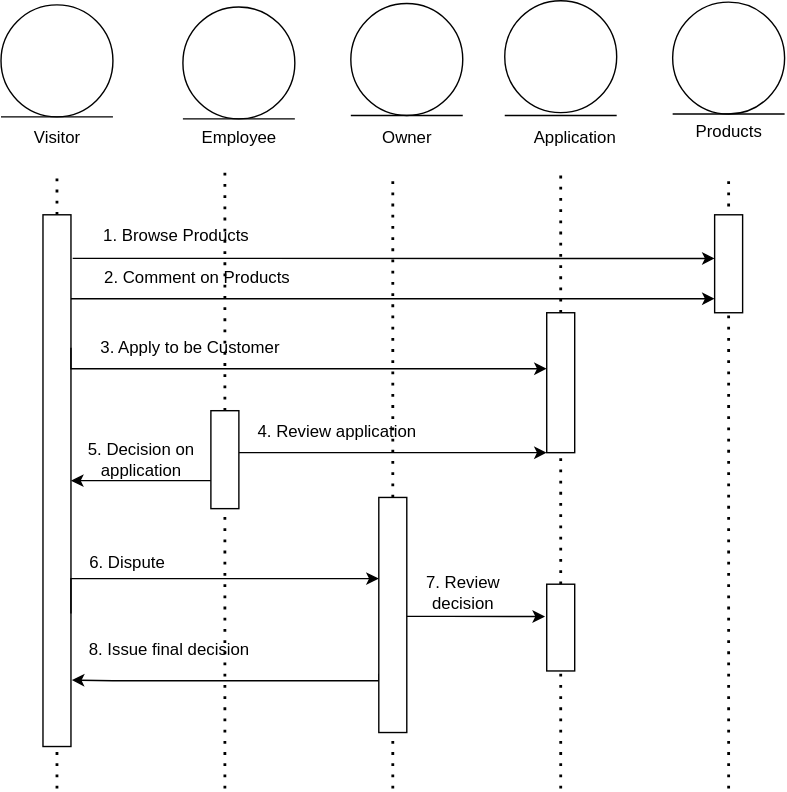
Before: Diagrams/Report-2/SVG/Visitor-seq.drawio.svg, a diagram exported from draw.io (lyloster/csc322-webstore). Source tidied: cells renumbered, new cells last; positions are measured from the earlier drawing's top-left corner, leaving out a move shared by most shapes. The source it was exported from:
```xml
<mxGraphModel>
  <root>
    <mxCell id="0" />
    <mxCell id="1" parent="0" />
    <mxCell id="2" style="endArrow=none;dashed=1;html=1;dashPattern=1 3;strokeWidth=2;rounded=0;" parent="1" edge="1" source="8">
      <mxGeometry relative="1" as="geometry">
        <mxPoint x="40" y="123" as="targetPoint" />
      </mxGeometry>
    </mxCell>
    <mxCell id="3" style="endArrow=none;dashed=1;html=1;dashPattern=1 3;strokeWidth=2;rounded=0;" parent="1" edge="1" source="36">
      <mxGeometry relative="1" as="geometry">
        <mxPoint x="160" y="123" as="targetPoint" />
      </mxGeometry>
    </mxCell>
    <mxCell id="4" style="endArrow=none;dashed=1;html=1;dashPattern=1 3;strokeWidth=2;rounded=0;" parent="1" edge="1" source="43">
      <mxGeometry relative="1" as="geometry">
        <mxPoint x="280" y="123" as="targetPoint" />
      </mxGeometry>
    </mxCell>
    <mxCell id="5" style="endArrow=none;dashed=1;html=1;dashPattern=1 3;strokeWidth=2;rounded=0;" parent="1" edge="1" source="31">
      <mxGeometry relative="1" as="geometry">
        <mxPoint x="400" y="123" as="targetPoint" />
      </mxGeometry>
    </mxCell>
    <mxCell id="6" style="endArrow=none;dashed=1;html=1;dashPattern=1 3;strokeWidth=2;rounded=0;" parent="1" edge="1">
      <mxGeometry relative="1" as="geometry">
        <mxPoint x="520" y="563" as="sourcePoint" />
        <mxPoint x="520" y="123" as="targetPoint" />
      </mxGeometry>
    </mxCell>
    <mxCell id="7" style="endArrow=none;dashed=1;html=1;dashPattern=1 3;strokeWidth=2;rounded=0;" parent="1" edge="1" target="8">
      <mxGeometry relative="1" as="geometry">
        <mxPoint x="40" y="563" as="sourcePoint" />
      </mxGeometry>
    </mxCell>
    <mxCell id="8" style="rounded=0;whiteSpace=wrap;html=1;direction=south;" parent="1" vertex="1">
      <mxGeometry x="30" y="153" width="20" height="380" as="geometry" />
    </mxCell>
    <mxCell id="9" style="ellipse;whiteSpace=wrap;html=1;" parent="1" vertex="1">
      <mxGeometry y="3" width="80" height="80" as="geometry" />
    </mxCell>
    <mxCell id="10" style="endArrow=none;html=1;rounded=0;" parent="1" edge="1">
      <mxGeometry relative="1" as="geometry">
        <mxPoint y="83" as="sourcePoint" />
        <mxPoint x="80" y="83" as="targetPoint" />
      </mxGeometry>
    </mxCell>
    <mxCell id="11" value="Visitor" style="text;html=1;align=center;verticalAlign=middle;strokeColor=none;fillColor=none;" parent="1" vertex="1">
      <mxGeometry x="10" y="83" width="60" height="30" as="geometry" />
    </mxCell>
    <mxCell id="12" style="ellipse;whiteSpace=wrap;html=1;" parent="1" vertex="1">
      <mxGeometry x="250" y="2" width="80" height="80" as="geometry" />
    </mxCell>
    <mxCell id="13" style="endArrow=none;html=1;rounded=0;" parent="1" edge="1">
      <mxGeometry relative="1" as="geometry">
        <mxPoint x="250" y="82" as="sourcePoint" />
        <mxPoint x="330" y="82" as="targetPoint" />
      </mxGeometry>
    </mxCell>
    <mxCell id="14" value="Owner" style="text;html=1;align=center;verticalAlign=middle;strokeColor=none;fillColor=none;" parent="1" vertex="1">
      <mxGeometry x="260" y="83" width="60" height="30" as="geometry" />
    </mxCell>
    <mxCell id="15" style="ellipse;whiteSpace=wrap;html=1;" parent="1" vertex="1">
      <mxGeometry x="480" y="1" width="80" height="80" as="geometry" />
    </mxCell>
    <mxCell id="16" style="endArrow=none;html=1;rounded=0;" parent="1" edge="1">
      <mxGeometry relative="1" as="geometry">
        <mxPoint x="480" y="81" as="sourcePoint" />
        <mxPoint x="560" y="81" as="targetPoint" />
      </mxGeometry>
    </mxCell>
    <mxCell id="17" value="Products" style="text;html=1;align=center;verticalAlign=middle;strokeColor=none;fillColor=none;" parent="1" vertex="1">
      <mxGeometry x="485" y="79" width="70" height="30" as="geometry" />
    </mxCell>
    <mxCell id="18" style="ellipse;whiteSpace=wrap;html=1;" parent="1" vertex="1">
      <mxGeometry x="130" y="4.5" width="80" height="80" as="geometry" />
    </mxCell>
    <mxCell id="19" style="endArrow=none;html=1;rounded=0;" parent="1" edge="1">
      <mxGeometry relative="1" as="geometry">
        <mxPoint x="130" y="84.5" as="sourcePoint" />
        <mxPoint x="210" y="84.5" as="targetPoint" />
      </mxGeometry>
    </mxCell>
    <mxCell id="20" value="Employee" style="text;html=1;align=center;verticalAlign=middle;strokeColor=none;fillColor=none;" parent="1" vertex="1">
      <mxGeometry x="130" y="83" width="80" height="30" as="geometry" />
    </mxCell>
    <mxCell id="21" style="edgeStyle=orthogonalEdgeStyle;rounded=0;jettySize=auto;html=1;exitX=0.082;exitY=-0.063;exitDx=0;exitDy=0;exitPerimeter=0;" parent="1" edge="1" source="8" target="23">
      <mxGeometry relative="1" as="geometry">
        <Array as="points">
          <mxPoint x="390" y="184" />
          <mxPoint x="390" y="184" />
        </Array>
      </mxGeometry>
    </mxCell>
    <mxCell id="22" style="edgeStyle=orthogonalEdgeStyle;rounded=0;jettySize=auto;html=1;exitX=0.158;exitY=0;exitDx=0;exitDy=0;exitPerimeter=0;" parent="1" edge="1" source="8" target="23">
      <mxGeometry relative="1" as="geometry">
        <Array as="points">
          <mxPoint x="330" y="213" />
          <mxPoint x="330" y="213" />
        </Array>
      </mxGeometry>
    </mxCell>
    <mxCell id="23" style="rounded=0;whiteSpace=wrap;html=1;direction=south;" parent="1" vertex="1">
      <mxGeometry x="510" y="153" width="20" height="70" as="geometry" />
    </mxCell>
    <mxCell id="24" value="1. Browse Products" style="text;html=1;align=center;verticalAlign=middle;strokeColor=none;fillColor=none;" parent="1" vertex="1">
      <mxGeometry x="60" y="153" width="130" height="30" as="geometry" />
    </mxCell>
    <mxCell id="25" value="2. Comment on Products" style="text;html=1;align=center;verticalAlign=middle;strokeColor=none;fillColor=none;" parent="1" vertex="1">
      <mxGeometry x="60" y="183" width="160" height="30" as="geometry" />
    </mxCell>
    <mxCell id="26" style="ellipse;whiteSpace=wrap;html=1;" parent="1" vertex="1">
      <mxGeometry x="360" width="80" height="80" as="geometry" />
    </mxCell>
    <mxCell id="27" style="endArrow=none;html=1;rounded=0;" parent="1" edge="1">
      <mxGeometry relative="1" as="geometry">
        <mxPoint x="360" y="82" as="sourcePoint" />
        <mxPoint x="440" y="82" as="targetPoint" />
      </mxGeometry>
    </mxCell>
    <mxCell id="28" value="Application" style="text;html=1;align=center;verticalAlign=middle;strokeColor=none;fillColor=none;" parent="1" vertex="1">
      <mxGeometry x="370" y="83" width="80" height="30" as="geometry" />
    </mxCell>
    <mxCell id="29" style="endArrow=none;dashed=1;html=1;dashPattern=1 3;strokeWidth=2;rounded=0;" parent="1" edge="1" source="46" target="31">
      <mxGeometry relative="1" as="geometry" />
    </mxCell>
    <mxCell id="30" style="edgeStyle=orthogonalEdgeStyle;rounded=0;jettySize=auto;html=1;exitX=0.25;exitY=0;exitDx=0;exitDy=0;" parent="1" edge="1" source="8" target="31">
      <mxGeometry relative="1" as="geometry">
        <Array as="points">
          <mxPoint x="50" y="263" />
        </Array>
      </mxGeometry>
    </mxCell>
    <mxCell id="31" style="rounded=0;whiteSpace=wrap;html=1;direction=south;" parent="1" vertex="1">
      <mxGeometry x="390" y="223" width="20" height="100" as="geometry" />
    </mxCell>
    <mxCell id="32" value="3. Apply to be Customer" style="text;html=1;align=center;verticalAlign=middle;strokeColor=none;fillColor=none;" parent="1" vertex="1">
      <mxGeometry x="60" y="233" width="150" height="30" as="geometry" />
    </mxCell>
    <mxCell id="33" style="endArrow=none;dashed=1;html=1;dashPattern=1 3;strokeWidth=2;rounded=0;" parent="1" edge="1" target="36">
      <mxGeometry relative="1" as="geometry">
        <mxPoint x="160" y="563" as="sourcePoint" />
      </mxGeometry>
    </mxCell>
    <mxCell id="34" style="edgeStyle=orthogonalEdgeStyle;rounded=0;jettySize=auto;html=1;entryX=1;entryY=1;entryDx=0;entryDy=0;" parent="1" edge="1" source="36" target="31">
      <mxGeometry relative="1" as="geometry">
        <Array as="points">
          <mxPoint x="230" y="323" />
          <mxPoint x="230" y="323" />
        </Array>
      </mxGeometry>
    </mxCell>
    <mxCell id="35" style="edgeStyle=orthogonalEdgeStyle;rounded=0;jettySize=auto;html=1;entryX=0.5;entryY=0;entryDx=0;entryDy=0;" parent="1" edge="1" source="36" target="8">
      <mxGeometry relative="1" as="geometry">
        <Array as="points">
          <mxPoint x="130" y="343" />
          <mxPoint x="130" y="343" />
        </Array>
      </mxGeometry>
    </mxCell>
    <mxCell id="36" style="rounded=0;whiteSpace=wrap;html=1;direction=south;" parent="1" vertex="1">
      <mxGeometry x="150" y="293" width="20" height="70" as="geometry" />
    </mxCell>
    <mxCell id="37" value="4. Review application" style="text;html=1;align=center;verticalAlign=middle;strokeColor=none;fillColor=none;" parent="1" vertex="1">
      <mxGeometry x="170" y="293" width="140" height="30" as="geometry" />
    </mxCell>
    <mxCell id="38" value="5. Decision on &lt;br&gt;application" style="text;html=1;align=center;verticalAlign=middle;strokeColor=none;fillColor=none;" parent="1" vertex="1">
      <mxGeometry x="50" y="308" width="100" height="40" as="geometry" />
    </mxCell>
    <mxCell id="39" style="endArrow=none;dashed=1;html=1;dashPattern=1 3;strokeWidth=2;rounded=0;" parent="1" edge="1" target="43">
      <mxGeometry relative="1" as="geometry">
        <mxPoint x="280" y="563" as="sourcePoint" />
      </mxGeometry>
    </mxCell>
    <mxCell id="40" style="edgeStyle=orthogonalEdgeStyle;rounded=0;jettySize=auto;html=1;exitX=0.75;exitY=0;exitDx=0;exitDy=0;" parent="1" edge="1" source="8" target="43">
      <mxGeometry relative="1" as="geometry">
        <Array as="points">
          <mxPoint x="50" y="413" />
        </Array>
      </mxGeometry>
    </mxCell>
    <mxCell id="41" style="edgeStyle=orthogonalEdgeStyle;rounded=0;jettySize=auto;html=1;entryX=0.373;entryY=1.061;entryDx=0;entryDy=0;entryPerimeter=0;" parent="1" edge="1" source="43" target="46">
      <mxGeometry relative="1" as="geometry">
        <Array as="points">
          <mxPoint x="320" y="440" />
          <mxPoint x="320" y="440" />
        </Array>
      </mxGeometry>
    </mxCell>
    <mxCell id="42" style="edgeStyle=orthogonalEdgeStyle;rounded=0;jettySize=auto;html=1;exitX=0.75;exitY=1;exitDx=0;exitDy=0;entryX=0.875;entryY=-0.03;entryDx=0;entryDy=0;entryPerimeter=0;" parent="1" edge="1" source="43" target="8">
      <mxGeometry relative="1" as="geometry">
        <Array as="points">
          <mxPoint x="270" y="486" />
          <mxPoint x="80" y="486" />
        </Array>
      </mxGeometry>
    </mxCell>
    <mxCell id="43" style="rounded=0;whiteSpace=wrap;html=1;direction=south;" parent="1" vertex="1">
      <mxGeometry x="270" y="355" width="20" height="168" as="geometry" />
    </mxCell>
    <mxCell id="44" value="6. Dispute" style="text;html=1;align=center;verticalAlign=middle;strokeColor=none;fillColor=none;" parent="1" vertex="1">
      <mxGeometry x="50" y="387" width="80" height="30" as="geometry" />
    </mxCell>
    <mxCell id="45" style="endArrow=none;dashed=1;html=1;dashPattern=1 3;strokeWidth=2;rounded=0;" parent="1" edge="1" target="46">
      <mxGeometry relative="1" as="geometry">
        <mxPoint x="400" y="563" as="sourcePoint" />
      </mxGeometry>
    </mxCell>
    <mxCell id="46" style="rounded=0;whiteSpace=wrap;html=1;direction=south;" parent="1" vertex="1">
      <mxGeometry x="390" y="417" width="20" height="62" as="geometry" />
    </mxCell>
    <mxCell id="47" value="7. Review &lt;br&gt;decision" style="text;html=1;align=center;verticalAlign=middle;strokeColor=none;fillColor=none;" parent="1" vertex="1">
      <mxGeometry x="290" y="403" width="80" height="40" as="geometry" />
    </mxCell>
    <mxCell id="48" value="8. Issue final decision" style="text;html=1;align=center;verticalAlign=middle;strokeColor=none;fillColor=none;" parent="1" vertex="1">
      <mxGeometry x="50" y="449" width="140" height="30" as="geometry" />
    </mxCell>
  </root>
</mxGraphModel>
```
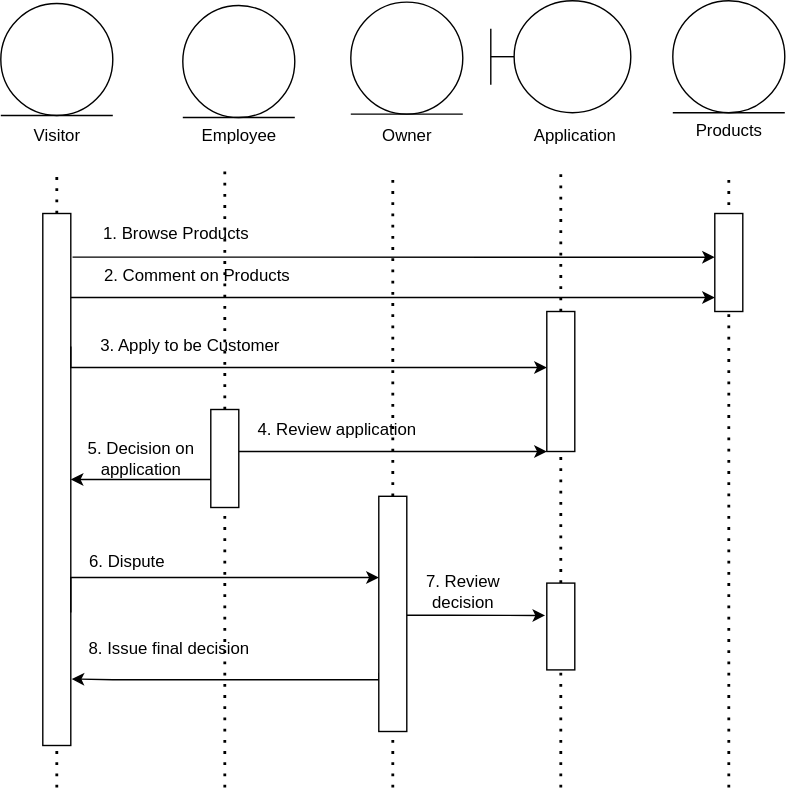
The same file after the commit.

The edit, as a diff of the source:
```diff
@@ -109,15 +109,6 @@
     <mxCell id="25" value="2. Comment on Products" style="text;html=1;align=center;verticalAlign=middle;strokeColor=none;fillColor=none;" parent="1" vertex="1">
       <mxGeometry x="60" y="183" width="160" height="30" as="geometry" />
     </mxCell>
-    <mxCell id="26" style="ellipse;whiteSpace=wrap;html=1;" parent="1" vertex="1">
-      <mxGeometry x="360" width="80" height="80" as="geometry" />
-    </mxCell>
-    <mxCell id="27" style="endArrow=none;html=1;rounded=0;" parent="1" edge="1">
-      <mxGeometry relative="1" as="geometry">
-        <mxPoint x="360" y="82" as="sourcePoint" />
-        <mxPoint x="440" y="82" as="targetPoint" />
-      </mxGeometry>
-    </mxCell>
     <mxCell id="28" value="Application" style="text;html=1;align=center;verticalAlign=middle;strokeColor=none;fillColor=none;" parent="1" vertex="1">
       <mxGeometry x="370" y="83" width="80" height="30" as="geometry" />
     </mxCell>
@@ -215,5 +206,8 @@
     <mxCell id="48" value="8. Issue final decision" style="text;html=1;align=center;verticalAlign=middle;strokeColor=none;fillColor=none;" parent="1" vertex="1">
       <mxGeometry x="50" y="449" width="140" height="30" as="geometry" />
     </mxCell>
+    <mxCell id="49" style="shape=umlBoundary;whiteSpace=wrap;html=1;" parent="1" vertex="1">
+      <mxGeometry x="350" y="1" width="100" height="80" as="geometry" />
+    </mxCell>
   </root>
 </mxGraphModel>
```
